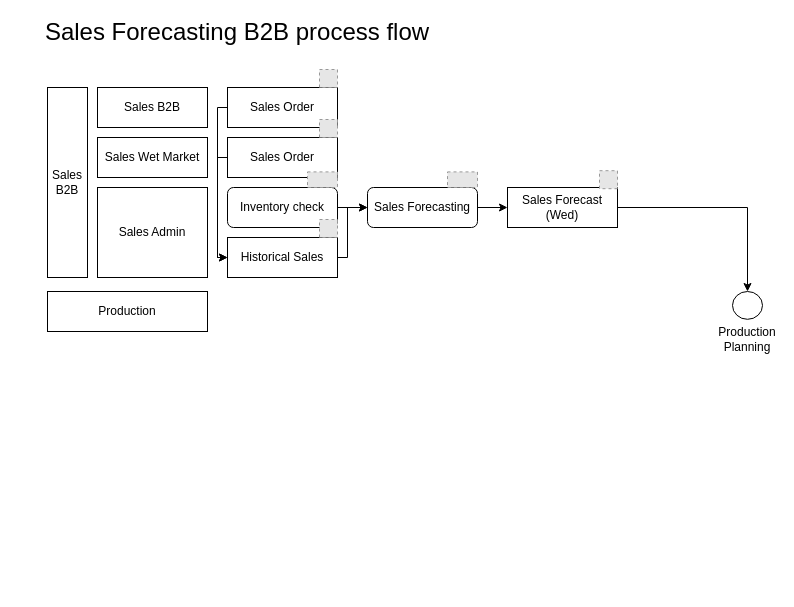
This is page "Copy of Sales Forecasting B2B" (4 of 15) of new.drawio from pkppm-dev/Roy-s, a draw.io file, before an edit. Source tidied: cells renumbered, new cells numbered last; positions are measured from the earlier drawing's top-left corner, leaving out a move shared by most shapes. Both pictures are drawn from the tidied source at 100%, with x=0, y=0 at pixel (17, 17). Pictures stored in the file or linked from it are replaced by grey dashed boxes.
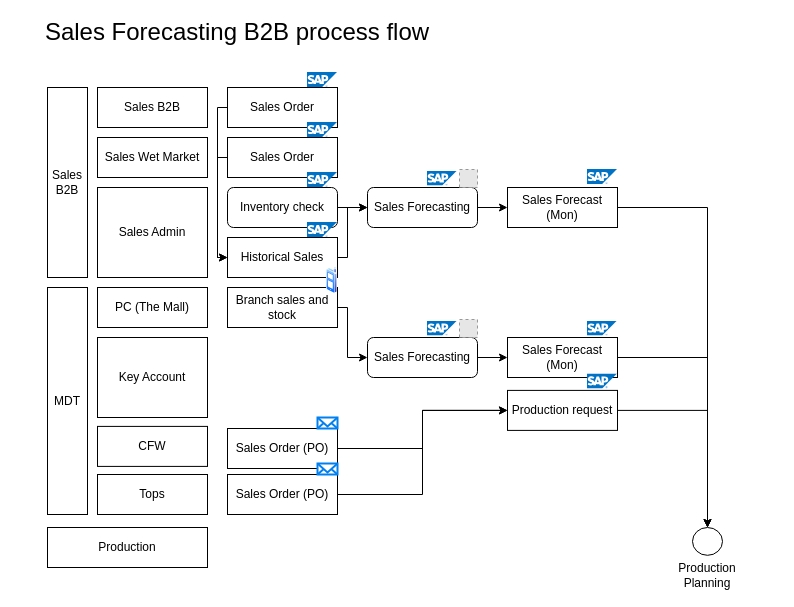
The same diagram, later.

Diff of the diagram source:
```diff
@@
-    <mxCell id="14" value="Sales Forecast (Wed)" style="whiteSpace=wrap;html=1;rounded=0;" parent="1" vertex="1">
+    <mxCell id="14" value="Sales Forecast (Mon)" style="whiteSpace=wrap;html=1;rounded=0;" parent="1" vertex="1">
       <mxGeometry x="490" y="170" width="110" height="40" as="geometry" />
     </mxCell>
-    <mxCell id="15" style="fillColor=#E6E6E6;strokeColor=#999999;dashed=1;verticalLabelPosition=bottom;labelBackgroundColor=default;verticalAlign=top;" parent="1" vertex="1">
-      <mxGeometry x="430" y="154.4" width="30" height="15.6" as="geometry" />
-    </mxCell>
-    <mxCell id="16" style="fillColor=#E6E6E6;strokeColor=#999999;dashed=1;html=1;verticalAlign=top;verticalLabelPosition=bottom;labelBackgroundColor=#ffffff;" parent="1" vertex="1">
-      <mxGeometry x="582" y="153.2" width="18" height="18" as="geometry" />
-    </mxCell>
-    <mxCell id="17" style="fillColor=#E6E6E6;strokeColor=#999999;dashed=1;html=1;verticalAlign=top;verticalLabelPosition=bottom;labelBackgroundColor=#ffffff;" parent="1" vertex="1">
-      <mxGeometry x="302" y="202" width="18" height="18" as="geometry" />
-    </mxCell>
@@
     <mxCell id="22" style="ellipse;whiteSpace=wrap;html=1;" parent="1" vertex="1">
-      <mxGeometry x="715" y="274" width="30" height="27.8" as="geometry" />
+      <mxGeometry x="675" y="510" width="30" height="27.8" as="geometry" />
     </mxCell>
     <mxCell id="23" value="Production Planning" style="text;html=1;align=center;verticalAlign=middle;whiteSpace=wrap;rounded=0;" parent="1" vertex="1">
-      <mxGeometry x="700" y="306.6" width="60" height="30" as="geometry" />
+      <mxGeometry x="660" y="542.6" width="60" height="30" as="geometry" />
     </mxCell>
     <mxCell id="24" value="Production" style="whiteSpace=wrap;html=1;rounded=0;" parent="1" vertex="1">
-      <mxGeometry x="30" y="274" width="160" height="40" as="geometry" />
+      <mxGeometry x="30" y="510" width="160" height="40" as="geometry" />
     </mxCell>
-    <mxCell id="25" style="fillColor=#E6E6E6;strokeColor=#999999;dashed=1;verticalLabelPosition=bottom;labelBackgroundColor=default;verticalAlign=top;" parent="1" vertex="1">
-      <mxGeometry x="290" y="154.4" width="30" height="15.6" as="geometry" />
-    </mxCell>
-    <mxCell id="26" style="fillColor=#E6E6E6;strokeColor=#999999;dashed=1;html=1;verticalAlign=top;verticalLabelPosition=bottom;labelBackgroundColor=#ffffff;" parent="1" vertex="1">
-      <mxGeometry x="302" y="102" width="18" height="18" as="geometry" />
-    </mxCell>
-    <mxCell id="27" style="fillColor=#E6E6E6;strokeColor=#999999;dashed=1;html=1;verticalAlign=top;verticalLabelPosition=bottom;labelBackgroundColor=#ffffff;" parent="1" vertex="1">
-      <mxGeometry x="302" y="52" width="18" height="18" as="geometry" />
-    </mxCell>
+    <mxCell id="28" value="MDT" style="whiteSpace=wrap;html=1;rounded=0;" parent="1" vertex="1">
+      <mxGeometry x="30" y="270" width="40" height="227" as="geometry" />
+    </mxCell>
+    <mxCell id="29" value="Key Account" style="whiteSpace=wrap;html=1;rounded=0;" parent="1" vertex="1">
+      <mxGeometry x="80" y="320" width="110" height="80" as="geometry" />
+    </mxCell>
+    <mxCell id="30" value="PC (The Mall)" style="whiteSpace=wrap;html=1;rounded=0;" parent="1" vertex="1">
+      <mxGeometry x="80" y="270" width="110" height="40" as="geometry" />
+    </mxCell>
+    <mxCell id="31" style="edgeStyle=orthogonalEdgeStyle;rounded=0;jettySize=auto;html=1;entryX=0;entryY=0.5;entryDx=0;entryDy=0;" parent="1" edge="1" source="32" target="34">
+      <mxGeometry relative="1" as="geometry">
+        <Array as="points">
+          <mxPoint x="330" y="290" />
+          <mxPoint x="330" y="340" />
+        </Array>
+      </mxGeometry>
+    </mxCell>
+    <mxCell id="32" value="Branch sales and stock" style="whiteSpace=wrap;html=1;rounded=0;" parent="1" vertex="1">
+      <mxGeometry x="210" y="270" width="110" height="40" as="geometry" />
+    </mxCell>
+    <mxCell id="33" style="edgeStyle=orthogonalEdgeStyle;rounded=0;jettySize=auto;html=1;entryX=0;entryY=0.5;entryDx=0;entryDy=0;" parent="1" edge="1" source="34" target="36">
+      <mxGeometry relative="1" as="geometry" />
+    </mxCell>
+    <mxCell id="34" value="Sales Forecasting" style="whiteSpace=wrap;html=1;rounded=1;" parent="1" vertex="1">
+      <mxGeometry x="350" y="320" width="110" height="40" as="geometry" />
+    </mxCell>
+    <mxCell id="35" style="edgeStyle=orthogonalEdgeStyle;rounded=0;jettySize=auto;html=1;" parent="1" edge="1" source="36" target="22">
+      <mxGeometry relative="1" as="geometry" />
+    </mxCell>
+    <mxCell id="36" value="Sales Forecast (Mon)" style="whiteSpace=wrap;html=1;rounded=0;" parent="1" vertex="1">
+      <mxGeometry x="490" y="320" width="110" height="40" as="geometry" />
+    </mxCell>
+    <mxCell id="37" style="image;sketch=0;html=1;align=center;fontSize=12;image=img/lib/mscae/SAP_HANA_on_Azure.svg;" parent="1" vertex="1">
+      <mxGeometry x="290" y="55" width="30" height="15" as="geometry" />
+    </mxCell>
+    <mxCell id="38" style="image;sketch=0;html=1;align=center;fontSize=12;image=img/lib/mscae/SAP_HANA_on_Azure.svg;" parent="1" vertex="1">
+      <mxGeometry x="290" y="105" width="30" height="15" as="geometry" />
+    </mxCell>
+    <mxCell id="39" style="image;sketch=0;html=1;align=center;fontSize=12;image=img/lib/mscae/SAP_HANA_on_Azure.svg;" parent="1" vertex="1">
+      <mxGeometry x="290" y="155" width="30" height="15" as="geometry" />
+    </mxCell>
+    <mxCell id="40" style="image;sketch=0;html=1;align=center;fontSize=12;image=img/lib/mscae/SAP_HANA_on_Azure.svg;" parent="1" vertex="1">
+      <mxGeometry x="290" y="205" width="30" height="15" as="geometry" />
+    </mxCell>
+    <mxCell id="41" style="image;perimeter=ellipsePerimeter;html=1;align=center;shadow=0;dashed=0;spacingTop=3;image=img/lib/active_directory/cell_phone.svg;" parent="1" vertex="1">
+      <mxGeometry x="309" y="250" width="11" height="26.2" as="geometry" />
+    </mxCell>
+    <mxCell id="42" style="fillColor=#E6E6E6;strokeColor=#999999;dashed=1;html=1;verticalAlign=top;verticalLabelPosition=bottom;labelBackgroundColor=#ffffff;" parent="1" vertex="1">
+      <mxGeometry x="442" y="152" width="18" height="18" as="geometry" />
+    </mxCell>
+    <mxCell id="43" style="image;sketch=0;html=1;align=center;fontSize=12;image=img/lib/mscae/SAP_HANA_on_Azure.svg;" parent="1" vertex="1">
+      <mxGeometry x="410" y="153.5" width="30" height="15" as="geometry" />
+    </mxCell>
+    <mxCell id="44" style="fillColor=#E6E6E6;strokeColor=#999999;dashed=1;html=1;verticalAlign=top;verticalLabelPosition=bottom;labelBackgroundColor=#ffffff;" parent="1" vertex="1">
+      <mxGeometry x="442" y="302" width="18" height="18" as="geometry" />
+    </mxCell>
+    <mxCell id="45" style="image;sketch=0;html=1;align=center;fontSize=12;image=img/lib/mscae/SAP_HANA_on_Azure.svg;" parent="1" vertex="1">
+      <mxGeometry x="410" y="303.5" width="30" height="15" as="geometry" />
+    </mxCell>
+    <mxCell id="46" style="image;sketch=0;html=1;align=center;fontSize=12;image=img/lib/mscae/SAP_HANA_on_Azure.svg;" parent="1" vertex="1">
+      <mxGeometry x="570" y="152" width="30" height="15" as="geometry" />
+    </mxCell>
+    <mxCell id="47" style="image;sketch=0;html=1;align=center;fontSize=12;image=img/lib/mscae/SAP_HANA_on_Azure.svg;" parent="1" vertex="1">
+      <mxGeometry x="570" y="303.5" width="30" height="15" as="geometry" />
+    </mxCell>
+    <mxCell id="48" value="CFW" style="whiteSpace=wrap;html=1;rounded=0;" parent="1" vertex="1">
+      <mxGeometry x="80" y="408.9" width="110" height="40" as="geometry" />
+    </mxCell>
+    <mxCell id="49" value="Tops" style="whiteSpace=wrap;html=1;rounded=0;" parent="1" vertex="1">
+      <mxGeometry x="80" y="457" width="110" height="40" as="geometry" />
+    </mxCell>
+    <mxCell id="50" style="edgeStyle=orthogonalEdgeStyle;rounded=0;jettySize=auto;html=1;entryX=0;entryY=0.5;entryDx=0;entryDy=0;" parent="1" edge="1" source="51" target="55">
+      <mxGeometry relative="1" as="geometry" />
+    </mxCell>
+    <mxCell id="51" value="Sales Order (PO)" style="whiteSpace=wrap;html=1;rounded=0;" parent="1" vertex="1">
+      <mxGeometry x="210" y="411" width="110" height="40" as="geometry" />
+    </mxCell>
+    <mxCell id="52" style="edgeStyle=orthogonalEdgeStyle;rounded=0;jettySize=auto;html=1;entryX=0;entryY=0.5;entryDx=0;entryDy=0;" parent="1" edge="1" source="53" target="55">
+      <mxGeometry relative="1" as="geometry" />
+    </mxCell>
+    <mxCell id="53" value="Sales Order (PO)" style="whiteSpace=wrap;html=1;rounded=0;" parent="1" vertex="1">
+      <mxGeometry x="210" y="457" width="110" height="40" as="geometry" />
+    </mxCell>
+    <mxCell id="54" style="edgeStyle=orthogonalEdgeStyle;rounded=0;jettySize=auto;html=1;" parent="1" edge="1" source="55" target="22">
+      <mxGeometry relative="1" as="geometry" />
+    </mxCell>
+    <mxCell id="55" value="Production request" style="whiteSpace=wrap;html=1;rounded=0;" parent="1" vertex="1">
+      <mxGeometry x="490" y="372.9" width="110" height="40" as="geometry" />
+    </mxCell>
+    <mxCell id="56" style="html=1;verticalLabelPosition=bottom;align=center;labelBackgroundColor=#ffffff;verticalAlign=top;strokeWidth=2;strokeColor=#0080F0;shadow=0;dashed=0;shape=mxgraph.ios7.icons.mail;" parent="1" vertex="1">
+      <mxGeometry x="300" y="400" width="20" height="11" as="geometry" />
+    </mxCell>
+    <mxCell id="57" style="html=1;verticalLabelPosition=bottom;align=center;labelBackgroundColor=#ffffff;verticalAlign=top;strokeWidth=2;strokeColor=#0080F0;shadow=0;dashed=0;shape=mxgraph.ios7.icons.mail;" parent="1" vertex="1">
+      <mxGeometry x="300" y="446" width="20" height="11" as="geometry" />
+    </mxCell>
+    <mxCell id="58" style="image;sketch=0;html=1;align=center;fontSize=12;image=img/lib/mscae/SAP_HANA_on_Azure.svg;" parent="1" vertex="1">
+      <mxGeometry x="570" y="356.4" width="30" height="15" as="geometry" />
+    </mxCell>
```
